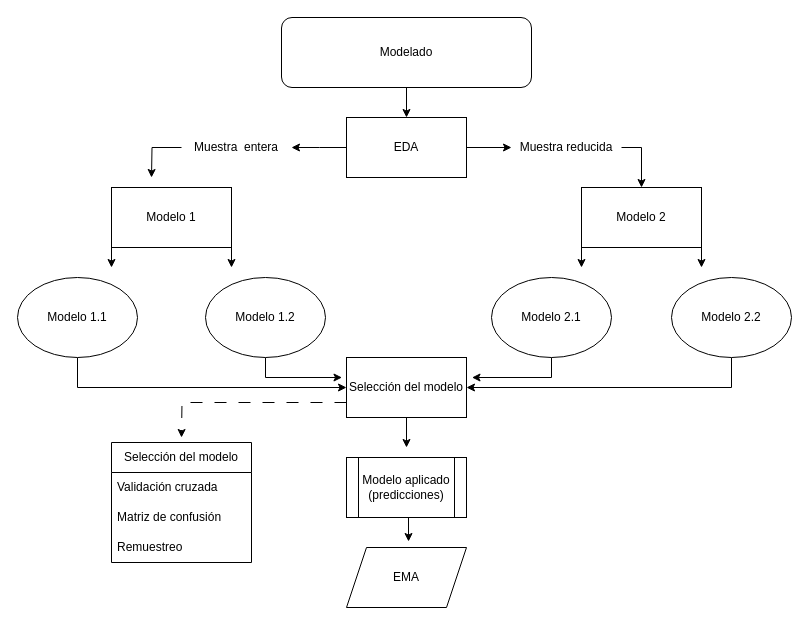
The draw.io diagram brief/Diagrama sin título.drawio in alexisrangelcalvo/FP-LM-MAEA-UJED-1S, before the edit. Source tidied: cells renumbered, new cells numbered last; positions are measured from the earlier drawing's top-left corner, leaving out a move shared by most shapes. Both pictures are drawn from the tidied source at 100%, with x=0, y=0 at pixel (17, 17).
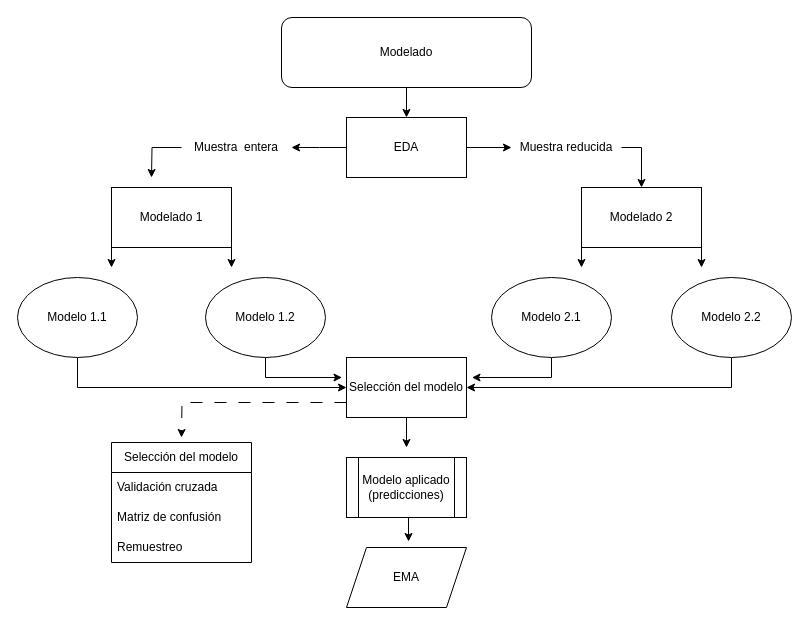
The same diagram, later.

Change to the diagram source:
```diff
@@
-    <mxCell id="9" value="Modelo 1" style="rounded=0;whiteSpace=wrap;html=1;" parent="1" vertex="1">
+    <mxCell id="9" value="Modelado 1" style="rounded=0;whiteSpace=wrap;html=1;" parent="1" vertex="1">
       <mxGeometry x="94" y="170" width="120" height="60" as="geometry" />
     </mxCell>
@@
-    <mxCell id="12" value="Modelo 2" style="rounded=0;whiteSpace=wrap;html=1;" parent="1" vertex="1">
+    <mxCell id="12" value="Modelado 2" style="rounded=0;whiteSpace=wrap;html=1;" parent="1" vertex="1">
       <mxGeometry x="564" y="170" width="120" height="60" as="geometry" />
     </mxCell>
```
